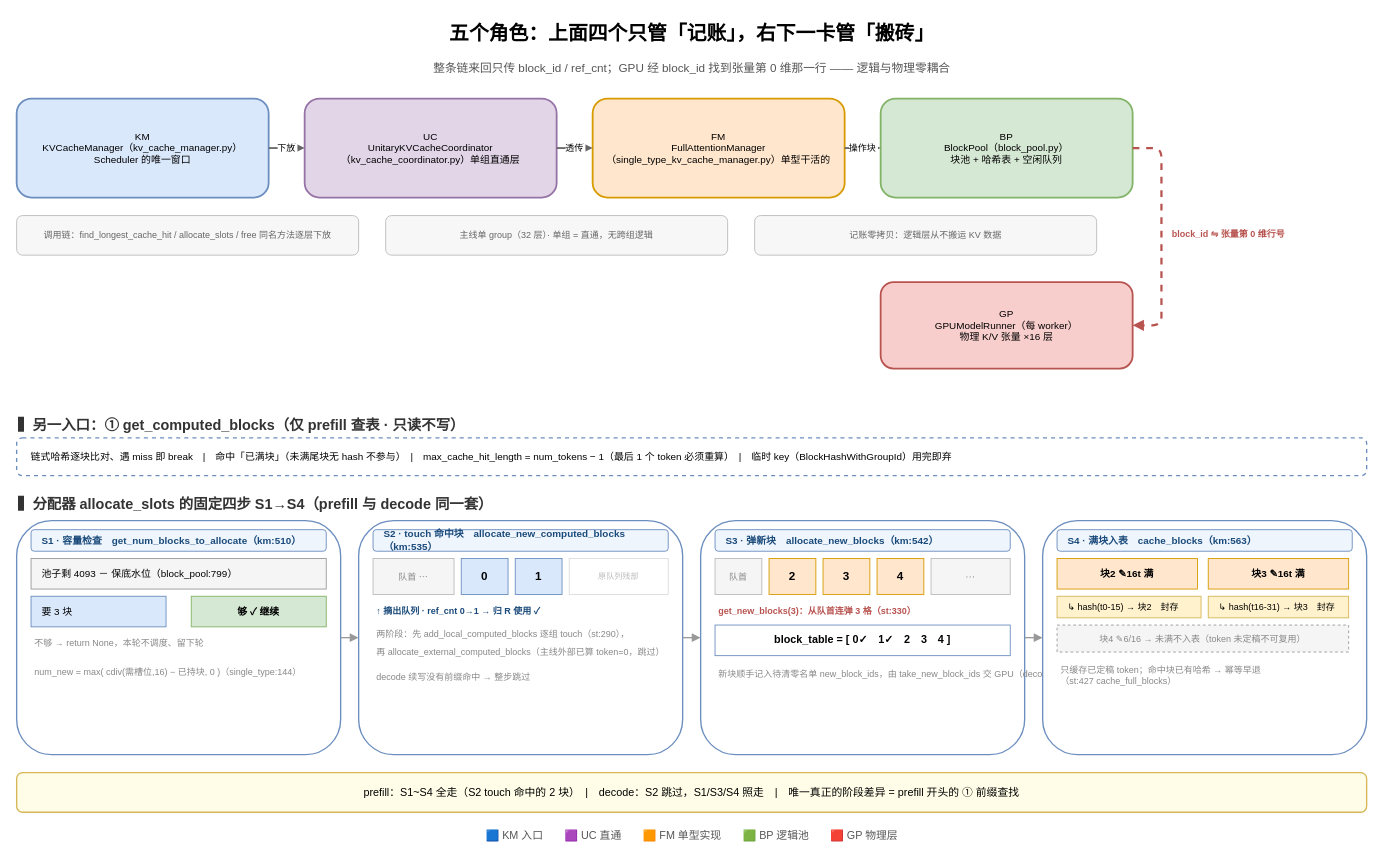
Above: page "组件分工 · 调用链与 S1-S4" (2 of 6) of vllm/v1/core/kvcache_draw/kvcache_e2e_flow.drawio in GoCHug/vllm (draw.io), before the change. Source tidied: cells renumbered, new cells numbered last; positions are measured from the earlier drawing's top-left corner, leaving out a move shared by most shapes. Both pictures are drawn from the tidied source at 90%, with x=0, y=0 at pixel (16, 15).
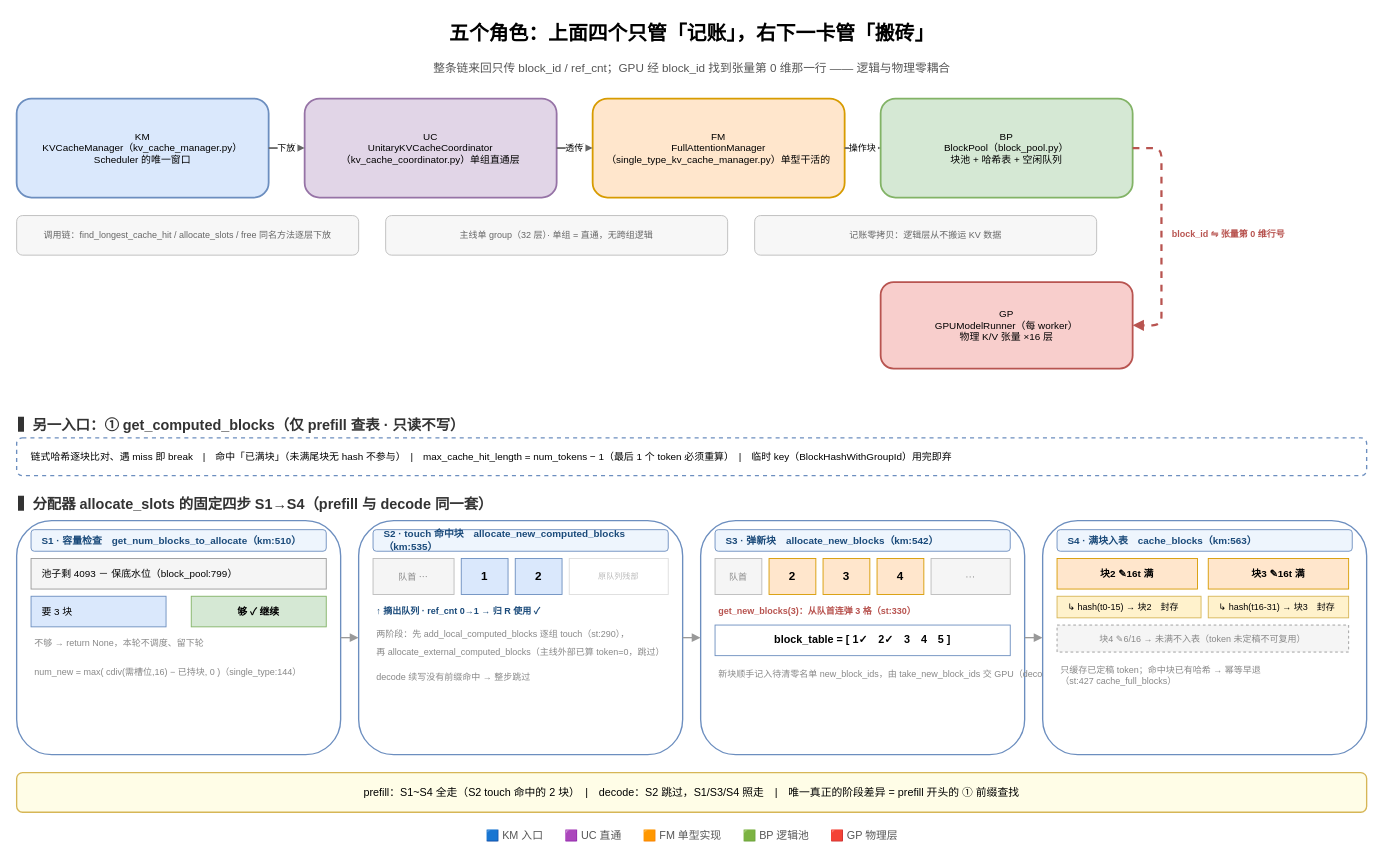
The same page after the edit.

Change to the diagram source:
```diff
@@
-    <mxCell id="30" value="0" style="rounded=0;whiteSpace=wrap;html=1;fillColor=#dae8fc;strokeColor=#6c8ebf;fontSize=13;fontStyle=1;verticalAlign=middle;" parent="1" vertex="1">
+    <mxCell id="30" value="1" style="rounded=0;whiteSpace=wrap;html=1;fillColor=#dae8fc;strokeColor=#6c8ebf;fontSize=13;fontStyle=1;verticalAlign=middle;" parent="1" vertex="1">
       <mxGeometry x="494" y="603" width="52" height="40" as="geometry" />
     </mxCell>
-    <mxCell id="31" value="1" style="rounded=0;whiteSpace=wrap;html=1;fillColor=#dae8fc;strokeColor=#6c8ebf;fontSize=13;fontStyle=1;verticalAlign=middle;" parent="1" vertex="1">
+    <mxCell id="31" value="2" style="rounded=0;whiteSpace=wrap;html=1;fillColor=#dae8fc;strokeColor=#6c8ebf;fontSize=13;fontStyle=1;verticalAlign=middle;" parent="1" vertex="1">
       <mxGeometry x="554" y="603" width="52" height="40" as="geometry" />
     </mxCell>
@@
-    <mxCell id="44" value="block_table = [ 0✓　1✓　2　3　4 ]" style="rounded=0;whiteSpace=wrap;html=1;fillColor=#ffffff;strokeColor=#6c8ebf;fontSize=12;fontStyle=1;verticalAlign=middle;" parent="1" vertex="1">
+    <mxCell id="44" value="block_table = [ 1✓　2✓　3　4　5 ]" style="rounded=0;whiteSpace=wrap;html=1;fillColor=#ffffff;strokeColor=#6c8ebf;fontSize=12;fontStyle=1;verticalAlign=middle;" parent="1" vertex="1">
       <mxGeometry x="776" y="677" width="328" height="34" as="geometry" />
     </mxCell>
```
